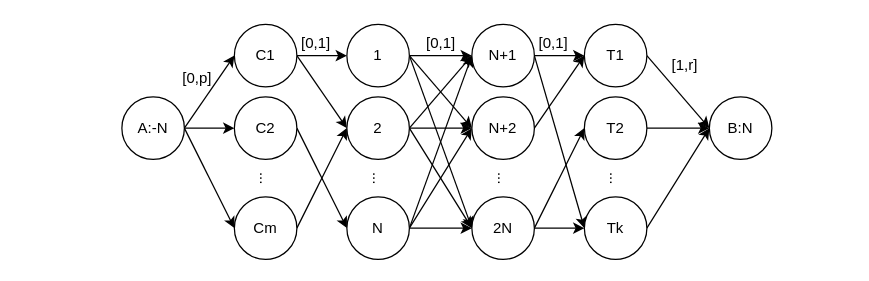
Earlier version of the draw.io diagram hw5_2.drawio (Eren-Jeager123/Algorithm). Source tidied: cells renumbered, new cells numbered last; positions are measured from the earlier drawing's top-left corner, leaving out a move shared by most shapes. Both pictures are drawn from the tidied source at 125%, with x=0, y=0 at pixel (121, 24).
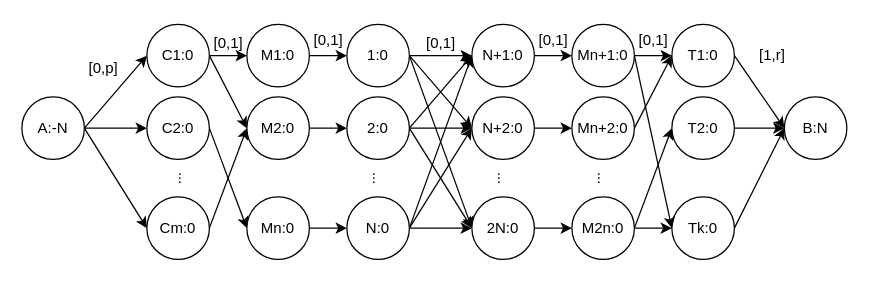
The same page after the edit.

The edit, as a diff of the source:
```diff
@@
     <mxCell id="4" value="..." style="text;html=1;align=center;verticalAlign=middle;strokeColor=none;fillColor=none;rotation=90;" parent="1" vertex="1">
-      <mxGeometry x="100" y="108" width="30" height="30" as="geometry" />
+      <mxGeometry x="35" y="108" width="30" height="30" as="geometry" />
     </mxCell>
     <mxCell id="5" value="..." style="text;html=1;align=center;verticalAlign=middle;strokeColor=none;fillColor=none;rotation=90;" parent="1" vertex="1">
-      <mxGeometry x="380" y="108" width="30" height="30" as="geometry" />
+      <mxGeometry x="370" y="108" width="30" height="30" as="geometry" />
     </mxCell>
-    <mxCell id="6" style="rounded=0;jettySize=auto;html=1;exitX=1;exitY=0.5;exitDx=0;exitDy=0;entryX=0;entryY=0.5;entryDx=0;entryDy=0;" parent="1" edge="1" source="7" target="24">
-      <mxGeometry relative="1" as="geometry" />
-    </mxCell>
+    <mxCell id="49" style="rounded=0;jettySize=auto;html=1;exitX=1;exitY=0.5;exitDx=0;exitDy=0;entryX=0;entryY=0.5;entryDx=0;entryDy=0;" parent="1" edge="1" source="7" target="70">
+      <mxGeometry relative="1" as="geometry" />
+    </mxCell>
-    <mxCell id="7" value="C2" style="ellipse;whiteSpace=wrap;html=1;" parent="1" vertex="1">
-      <mxGeometry x="90" y="58" width="50" height="50" as="geometry" />
+    <mxCell id="7" value="C2:0" style="ellipse;whiteSpace=wrap;html=1;" parent="1" vertex="1">
+      <mxGeometry x="20" y="58" width="50" height="50" as="geometry" />
     </mxCell>
-    <mxCell id="8" style="rounded=0;jettySize=auto;html=1;exitX=1;exitY=0.5;exitDx=0;exitDy=0;entryX=0;entryY=0.5;entryDx=0;entryDy=0;" parent="1" edge="1" source="10" target="16">
-      <mxGeometry relative="1" as="geometry" />
-    </mxCell>
-    <mxCell id="9" style="rounded=0;jettySize=auto;html=1;exitX=1;exitY=0.5;exitDx=0;exitDy=0;entryX=0;entryY=0.5;entryDx=0;entryDy=0;" parent="1" edge="1" source="10" target="20">
-      <mxGeometry relative="1" as="geometry" />
-    </mxCell>
+    <mxCell id="50" style="rounded=0;jettySize=auto;html=1;exitX=1;exitY=0.5;exitDx=0;exitDy=0;entryX=0;entryY=0.5;entryDx=0;entryDy=0;" parent="1" edge="1" source="10" target="66">
+      <mxGeometry relative="1" as="geometry" />
+    </mxCell>
+    <mxCell id="51" style="rounded=0;jettySize=auto;html=1;exitX=1;exitY=0.5;exitDx=0;exitDy=0;entryX=0;entryY=0.5;entryDx=0;entryDy=0;" parent="1" edge="1" source="10" target="68">
+      <mxGeometry relative="1" as="geometry" />
+    </mxCell>
-    <mxCell id="10" value="C1" style="ellipse;whiteSpace=wrap;html=1;" parent="1" vertex="1">
-      <mxGeometry x="90" width="50" height="50" as="geometry" />
+    <mxCell id="10" value="C1:0" style="ellipse;whiteSpace=wrap;html=1;" parent="1" vertex="1">
+      <mxGeometry x="20" width="50" height="50" as="geometry" />
     </mxCell>
-    <mxCell id="11" style="rounded=0;jettySize=auto;html=1;exitX=1;exitY=0.5;exitDx=0;exitDy=0;entryX=0;entryY=0.5;entryDx=0;entryDy=0;" parent="1" edge="1" source="12" target="20">
-      <mxGeometry relative="1" as="geometry" />
-    </mxCell>
+    <mxCell id="52" style="rounded=0;jettySize=auto;html=1;exitX=1;exitY=0.5;exitDx=0;exitDy=0;entryX=0;entryY=0.5;entryDx=0;entryDy=0;" parent="1" edge="1" source="12" target="68">
+      <mxGeometry relative="1" as="geometry" />
+    </mxCell>
-    <mxCell id="12" value="Cm" style="ellipse;whiteSpace=wrap;html=1;" parent="1" vertex="1">
-      <mxGeometry x="90" y="138" width="50" height="50" as="geometry" />
+    <mxCell id="12" value="Cm:0" style="ellipse;whiteSpace=wrap;html=1;" parent="1" vertex="1">
+      <mxGeometry x="20" y="138" width="50" height="50" as="geometry" />
     </mxCell>
@@
-    <mxCell id="16" value="1" style="ellipse;whiteSpace=wrap;html=1;" parent="1" vertex="1">
+    <mxCell id="16" value="1:0" style="ellipse;whiteSpace=wrap;html=1;" parent="1" vertex="1">
       <mxGeometry x="180" width="50" height="50" as="geometry" />
     </mxCell>
@@
-    <mxCell id="20" value="2" style="ellipse;whiteSpace=wrap;html=1;" parent="1" vertex="1">
+    <mxCell id="20" value="2:0" style="ellipse;whiteSpace=wrap;html=1;" parent="1" vertex="1">
       <mxGeometry x="180" y="58" width="50" height="50" as="geometry" />
     </mxCell>
@@
-    <mxCell id="24" value="N" style="ellipse;whiteSpace=wrap;html=1;" parent="1" vertex="1">
+    <mxCell id="24" value="N:0" style="ellipse;whiteSpace=wrap;html=1;" parent="1" vertex="1">
       <mxGeometry x="180" y="138" width="50" height="50" as="geometry" />
     </mxCell>
-    <mxCell id="25" style="rounded=0;jettySize=auto;html=1;exitX=1;exitY=0.5;exitDx=0;exitDy=0;entryX=0;entryY=0.5;entryDx=0;entryDy=0;" parent="1" edge="1" source="27" target="34">
-      <mxGeometry relative="1" as="geometry" />
-    </mxCell>
-    <mxCell id="26" style="rounded=0;jettySize=auto;html=1;exitX=1;exitY=0.5;exitDx=0;exitDy=0;entryX=0;entryY=0.5;entryDx=0;entryDy=0;" parent="1" edge="1" source="27" target="38">
-      <mxGeometry relative="1" as="geometry" />
-    </mxCell>
+    <mxCell id="53" style="rounded=0;jettySize=auto;html=1;exitX=1;exitY=0.5;exitDx=0;exitDy=0;entryX=0;entryY=0.5;entryDx=0;entryDy=0;" parent="1" edge="1" source="27" target="58">
+      <mxGeometry relative="1" as="geometry" />
+    </mxCell>
-    <mxCell id="27" value="N+1" style="ellipse;whiteSpace=wrap;html=1;" parent="1" vertex="1">
+    <mxCell id="27" value="N+1:0" style="ellipse;whiteSpace=wrap;html=1;" parent="1" vertex="1">
       <mxGeometry x="280" width="50" height="50" as="geometry" />
     </mxCell>
-    <mxCell id="28" style="rounded=0;jettySize=auto;html=1;exitX=1;exitY=0.5;exitDx=0;exitDy=0;entryX=0;entryY=0.5;entryDx=0;entryDy=0;" parent="1" edge="1" source="29" target="34">
-      <mxGeometry relative="1" as="geometry" />
-    </mxCell>
+    <mxCell id="54" style="rounded=0;jettySize=auto;html=1;exitX=1;exitY=0.5;exitDx=0;exitDy=0;entryX=0;entryY=0.5;entryDx=0;entryDy=0;" parent="1" edge="1" source="29" target="60">
+      <mxGeometry relative="1" as="geometry" />
+    </mxCell>
-    <mxCell id="29" value="N+2" style="ellipse;whiteSpace=wrap;html=1;" parent="1" vertex="1">
+    <mxCell id="29" value="N+2:0" style="ellipse;whiteSpace=wrap;html=1;" parent="1" vertex="1">
       <mxGeometry x="280" y="58" width="50" height="50" as="geometry" />
     </mxCell>
-    <mxCell id="30" style="rounded=0;jettySize=auto;html=1;exitX=1;exitY=0.5;exitDx=0;exitDy=0;entryX=0;entryY=0.5;entryDx=0;entryDy=0;" parent="1" edge="1" source="32" target="36">
-      <mxGeometry relative="1" as="geometry" />
-    </mxCell>
-    <mxCell id="31" style="rounded=0;jettySize=auto;html=1;exitX=1;exitY=0.5;exitDx=0;exitDy=0;entryX=0;entryY=0.5;entryDx=0;entryDy=0;" parent="1" edge="1" source="32" target="38">
-      <mxGeometry relative="1" as="geometry" />
-    </mxCell>
+    <mxCell id="55" style="rounded=0;jettySize=auto;html=1;exitX=1;exitY=0.5;exitDx=0;exitDy=0;entryX=0;entryY=0.5;entryDx=0;entryDy=0;" parent="1" edge="1" source="32" target="63">
+      <mxGeometry relative="1" as="geometry" />
+    </mxCell>
-    <mxCell id="32" value="2N" style="ellipse;whiteSpace=wrap;html=1;" parent="1" vertex="1">
+    <mxCell id="32" value="2N:0" style="ellipse;whiteSpace=wrap;html=1;" parent="1" vertex="1">
       <mxGeometry x="280" y="138" width="50" height="50" as="geometry" />
     </mxCell>
@@
-    <mxCell id="34" value="T1" style="ellipse;whiteSpace=wrap;html=1;" parent="1" vertex="1">
-      <mxGeometry x="370" width="50" height="50" as="geometry" />
+    <mxCell id="34" value="T1:0" style="ellipse;whiteSpace=wrap;html=1;" parent="1" vertex="1">
+      <mxGeometry x="440" width="50" height="50" as="geometry" />
     </mxCell>
@@
-    <mxCell id="36" value="T2" style="ellipse;whiteSpace=wrap;html=1;" parent="1" vertex="1">
-      <mxGeometry x="370" y="58" width="50" height="50" as="geometry" />
+    <mxCell id="36" value="T2:0" style="ellipse;whiteSpace=wrap;html=1;" parent="1" vertex="1">
+      <mxGeometry x="440" y="58" width="50" height="50" as="geometry" />
     </mxCell>
@@
-    <mxCell id="38" value="Tk" style="ellipse;whiteSpace=wrap;html=1;" parent="1" vertex="1">
-      <mxGeometry x="370" y="138" width="50" height="50" as="geometry" />
+    <mxCell id="38" value="Tk:0" style="ellipse;whiteSpace=wrap;html=1;" parent="1" vertex="1">
+      <mxGeometry x="440" y="138" width="50" height="50" as="geometry" />
     </mxCell>
-    <mxCell id="39" value="[0,1]" style="text;html=1;align=center;verticalAlign=middle;strokeColor=none;fillColor=none;" parent="1" vertex="1">
-      <mxGeometry x="130" width="50" height="30" as="geometry" />
-    </mxCell>
@@
     <mxCell id="41" value="[0,1]" style="text;html=1;align=center;verticalAlign=middle;strokeColor=none;fillColor=none;" parent="1" vertex="1">
-      <mxGeometry x="320" width="50" height="30" as="geometry" />
+      <mxGeometry x="400" y="-2" width="50" height="30" as="geometry" />
     </mxCell>
@@
     <mxCell id="45" value="A:-N" style="ellipse;whiteSpace=wrap;html=1;" parent="1" vertex="1">
-      <mxGeometry y="58" width="50" height="50" as="geometry" />
+      <mxGeometry x="-80" y="58" width="50" height="50" as="geometry" />
     </mxCell>
     <mxCell id="46" value="B:N" style="ellipse;whiteSpace=wrap;html=1;" parent="1" vertex="1">
-      <mxGeometry x="470" y="58" width="50" height="50" as="geometry" />
+      <mxGeometry x="530" y="58" width="50" height="50" as="geometry" />
     </mxCell>
     <mxCell id="47" value="[0,p]" style="text;html=1;align=center;verticalAlign=middle;strokeColor=none;fillColor=none;" parent="1" vertex="1">
-      <mxGeometry x="35" y="28" width="50" height="30" as="geometry" />
+      <mxGeometry x="-40" y="20" width="50" height="30" as="geometry" />
     </mxCell>
     <mxCell id="48" value="[1,r]" style="text;html=1;align=center;verticalAlign=middle;strokeColor=none;fillColor=none;" parent="1" vertex="1">
-      <mxGeometry x="430" y="18" width="40" height="30" as="geometry" />
+      <mxGeometry x="500" y="10" width="40" height="30" as="geometry" />
     </mxCell>
+    <mxCell id="56" style="rounded=0;jettySize=auto;html=1;exitX=1;exitY=0.5;exitDx=0;exitDy=0;entryX=0;entryY=0.5;entryDx=0;entryDy=0;" parent="1" edge="1" source="58" target="34">
+      <mxGeometry relative="1" as="geometry" />
+    </mxCell>
+    <mxCell id="57" style="rounded=0;jettySize=auto;html=1;exitX=1;exitY=0.5;exitDx=0;exitDy=0;entryX=0;entryY=0.5;entryDx=0;entryDy=0;" parent="1" edge="1" source="58" target="38">
+      <mxGeometry relative="1" as="geometry" />
+    </mxCell>
+    <mxCell id="58" value="Mn+1:0" style="ellipse;whiteSpace=wrap;html=1;" parent="1" vertex="1">
+      <mxGeometry x="360" width="50" height="50" as="geometry" />
+    </mxCell>
+    <mxCell id="59" style="rounded=0;jettySize=auto;html=1;exitX=1;exitY=0.5;exitDx=0;exitDy=0;entryX=0;entryY=0.5;entryDx=0;entryDy=0;" parent="1" edge="1" source="60" target="34">
+      <mxGeometry relative="1" as="geometry" />
+    </mxCell>
+    <mxCell id="60" value="Mn+2:0" style="ellipse;whiteSpace=wrap;html=1;" parent="1" vertex="1">
+      <mxGeometry x="360" y="58" width="50" height="50" as="geometry" />
+    </mxCell>
+    <mxCell id="61" style="rounded=0;jettySize=auto;html=1;exitX=1;exitY=0.5;exitDx=0;exitDy=0;entryX=0;entryY=0.5;entryDx=0;entryDy=0;" parent="1" edge="1" source="63" target="36">
+      <mxGeometry relative="1" as="geometry" />
+    </mxCell>
+    <mxCell id="62" style="rounded=0;jettySize=auto;html=1;exitX=1;exitY=0.5;exitDx=0;exitDy=0;entryX=0;entryY=0.5;entryDx=0;entryDy=0;" parent="1" edge="1" source="63" target="38">
+      <mxGeometry relative="1" as="geometry" />
+    </mxCell>
+    <mxCell id="63" value="M2n:0" style="ellipse;whiteSpace=wrap;html=1;" parent="1" vertex="1">
+      <mxGeometry x="360" y="138" width="50" height="50" as="geometry" />
+    </mxCell>
+    <mxCell id="64" value="[0,1]" style="text;html=1;align=center;verticalAlign=middle;strokeColor=none;fillColor=none;" parent="1" vertex="1">
+      <mxGeometry x="320" y="-2" width="50" height="30" as="geometry" />
+    </mxCell>
+    <mxCell id="65" style="rounded=0;jettySize=auto;html=1;exitX=1;exitY=0.5;exitDx=0;exitDy=0;entryX=0;entryY=0.5;entryDx=0;entryDy=0;" parent="1" edge="1" source="66" target="16">
+      <mxGeometry relative="1" as="geometry" />
+    </mxCell>
+    <mxCell id="66" value="M1:0" style="ellipse;whiteSpace=wrap;html=1;" parent="1" vertex="1">
+      <mxGeometry x="100" width="50" height="50" as="geometry" />
+    </mxCell>
+    <mxCell id="67" style="rounded=0;jettySize=auto;html=1;exitX=1;exitY=0.5;exitDx=0;exitDy=0;entryX=0;entryY=0.5;entryDx=0;entryDy=0;" parent="1" edge="1" source="68" target="20">
+      <mxGeometry relative="1" as="geometry" />
+    </mxCell>
+    <mxCell id="68" value="M2:0" style="ellipse;whiteSpace=wrap;html=1;" parent="1" vertex="1">
+      <mxGeometry x="100" y="58" width="50" height="50" as="geometry" />
+    </mxCell>
+    <mxCell id="69" style="rounded=0;jettySize=auto;html=1;exitX=1;exitY=0.5;exitDx=0;exitDy=0;entryX=0;entryY=0.5;entryDx=0;entryDy=0;" parent="1" edge="1" source="70" target="24">
+      <mxGeometry relative="1" as="geometry" />
+    </mxCell>
+    <mxCell id="70" value="Mn:0" style="ellipse;whiteSpace=wrap;html=1;" parent="1" vertex="1">
+      <mxGeometry x="100" y="138" width="50" height="50" as="geometry" />
+    </mxCell>
+    <mxCell id="71" value="[0,1]" style="text;html=1;align=center;verticalAlign=middle;strokeColor=none;fillColor=none;" parent="1" vertex="1">
+      <mxGeometry x="60" width="50" height="30" as="geometry" />
+    </mxCell>
+    <mxCell id="72" value="[0,1]" style="text;html=1;align=center;verticalAlign=middle;strokeColor=none;fillColor=none;" parent="1" vertex="1">
+      <mxGeometry x="140" y="-2" width="50" height="30" as="geometry" />
+    </mxCell>
```
